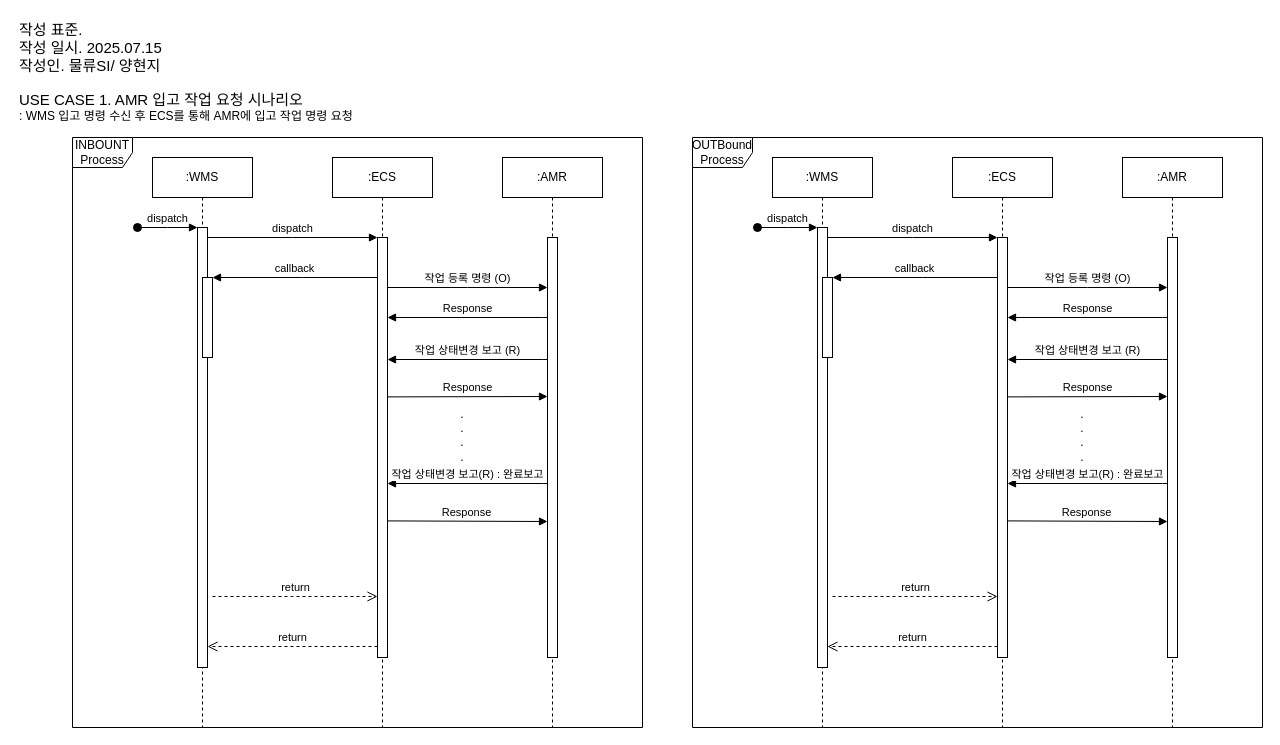
Above: WMS_AMR_ECS.drawio in hjee02018/UML (draw.io), before the change. Source tidied: cells renumbered, new cells numbered last; positions are measured from the earlier drawing's top-left corner, leaving out a move shared by most shapes. Both pictures are drawn from the tidied source at 100%, with x=0, y=0 at pixel (17, 17).
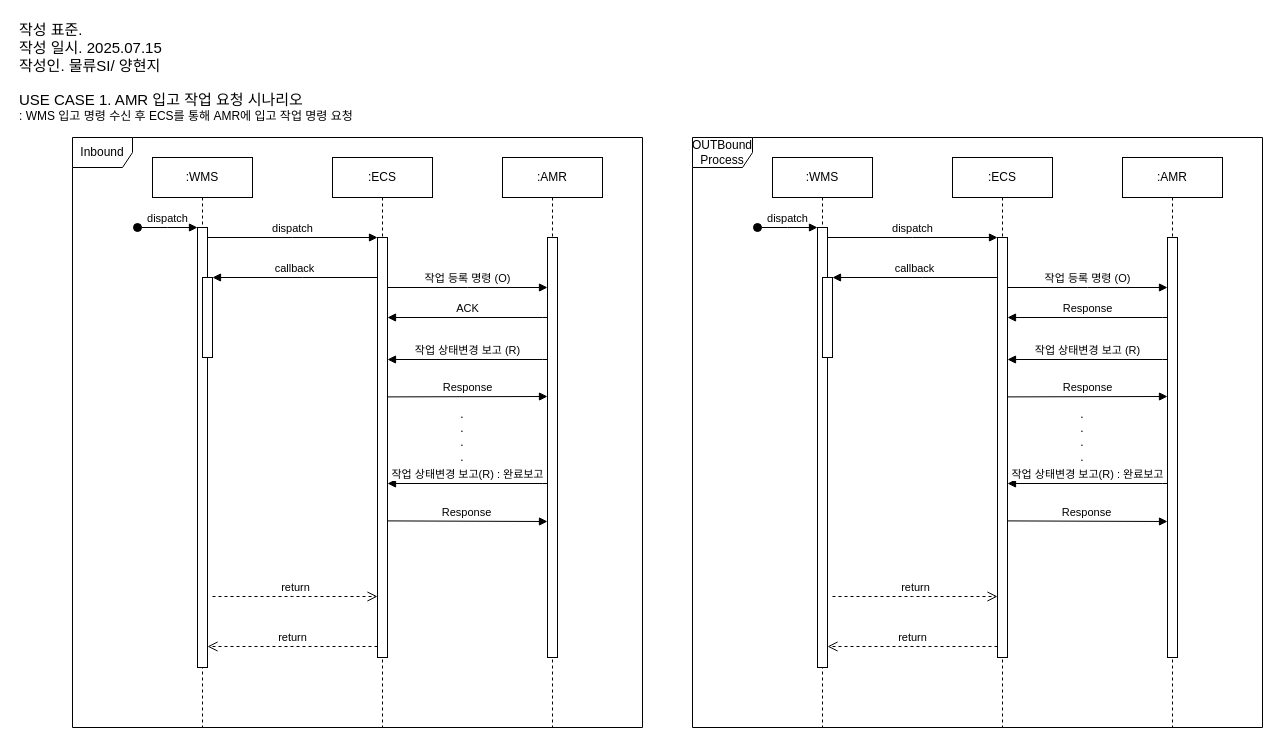
The same page after the edit.

Unchanged cells that the change refers to:
```xml
<mxCell id="7" style="html=1;points=[];perimeter=orthogonalPerimeter;outlineConnect=0;targetShapes=umlLifeline;portConstraint=eastwest;newEdgeStyle={&quot;edgeStyle&quot;:&quot;elbowEdgeStyle&quot;,&quot;elbow&quot;:&quot;vertical&quot;,&quot;curved&quot;:0,&quot;rounded&quot;:0};" parent="6" vertex="1">
  <mxGeometry x="45" y="80" width="10" height="420" as="geometry" />
</mxCell>
<mxCell id="13" style="html=1;points=[];perimeter=orthogonalPerimeter;outlineConnect=0;targetShapes=umlLifeline;portConstraint=eastwest;newEdgeStyle={&quot;edgeStyle&quot;:&quot;elbowEdgeStyle&quot;,&quot;elbow&quot;:&quot;vertical&quot;,&quot;curved&quot;:0,&quot;rounded&quot;:0};" parent="12" vertex="1">
  <mxGeometry x="45" y="80" width="10" height="420" as="geometry" />
</mxCell>
```

Diff of the diagram source:
```diff
@@
-    <mxCell id="16" value="INBOUNT Process" style="shape=umlFrame;whiteSpace=wrap;html=1;" parent="1" vertex="1">
+    <mxCell id="16" value="Inbound" style="shape=umlFrame;whiteSpace=wrap;html=1;" parent="1" vertex="1">
       <mxGeometry x="55" y="120" width="570" height="590" as="geometry" />
     </mxCell>
@@
-    <mxCell id="18" value="Response" style="html=1;verticalAlign=bottom;endArrow=block;edgeStyle=elbowEdgeStyle;elbow=vertical;curved=0;rounded=0;" parent="1" edge="1" source="13" target="7">
+    <mxCell id="18" value="ACK" style="html=1;verticalAlign=bottom;endArrow=block;edgeStyle=elbowEdgeStyle;elbow=vertical;curved=0;rounded=0;" parent="1" edge="1" source="13" target="7">
       <mxGeometry relative="1" as="geometry">
         <Array as="points">
           <mxPoint x="525" y="300" />
         </Array>
       </mxGeometry>
     </mxCell>
```
